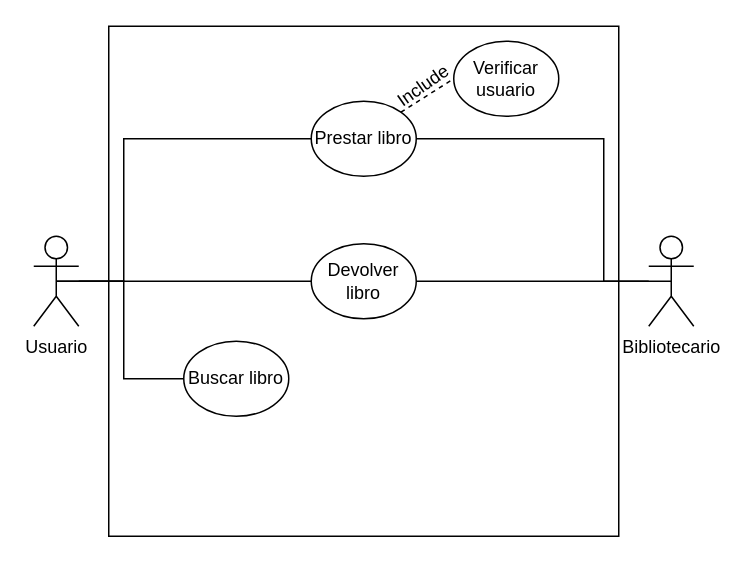
Earlier version of the draw.io diagram Diagrama de caso de uso/Tarea_CU_Biblioteca.drawio (GRMiguelAngel/LND). Source tidied: cells renumbered, new cells numbered last; positions are measured from the earlier drawing's top-left corner, leaving out a move shared by most shapes. Both pictures are drawn from the tidied source at 150%, with x=0, y=0 at pixel (33, 26).
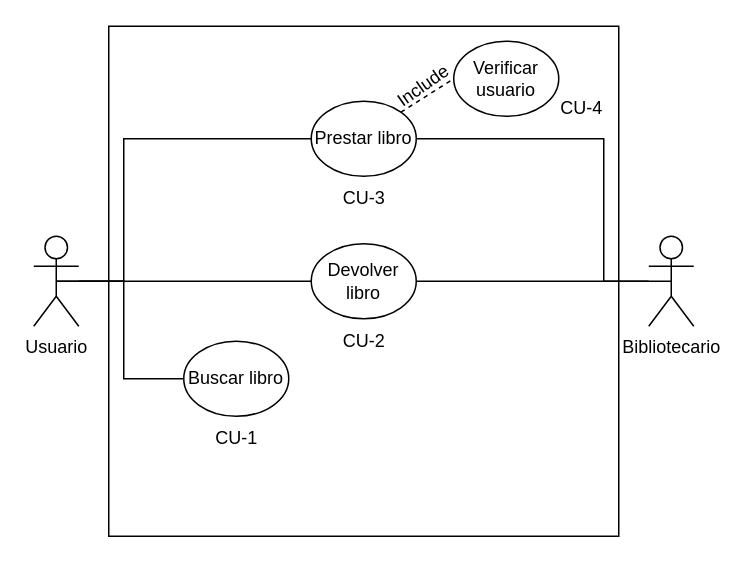
Above is the later version.

Diff of the diagram source:
```diff
@@
+    <mxCell id="16" value="CU-1" style="text;html=1;align=center;verticalAlign=middle;strokeColor=none;fillColor=none;" parent="1" vertex="1">
+      <mxGeometry x="110" y="260" width="50" height="30" as="geometry" />
+    </mxCell>
+    <mxCell id="17" value="CU-2" style="text;html=1;align=center;verticalAlign=middle;strokeColor=none;fillColor=none;" parent="1" vertex="1">
+      <mxGeometry x="195" y="195" width="50" height="30" as="geometry" />
+    </mxCell>
+    <mxCell id="18" value="CU-3" style="text;html=1;align=center;verticalAlign=middle;strokeColor=none;fillColor=none;" parent="1" vertex="1">
+      <mxGeometry x="195" y="100" width="50" height="30" as="geometry" />
+    </mxCell>
+    <mxCell id="19" value="CU-4" style="text;html=1;align=center;verticalAlign=middle;strokeColor=none;fillColor=none;" parent="1" vertex="1">
+      <mxGeometry x="340" y="40" width="50" height="30" as="geometry" />
+    </mxCell>
```
